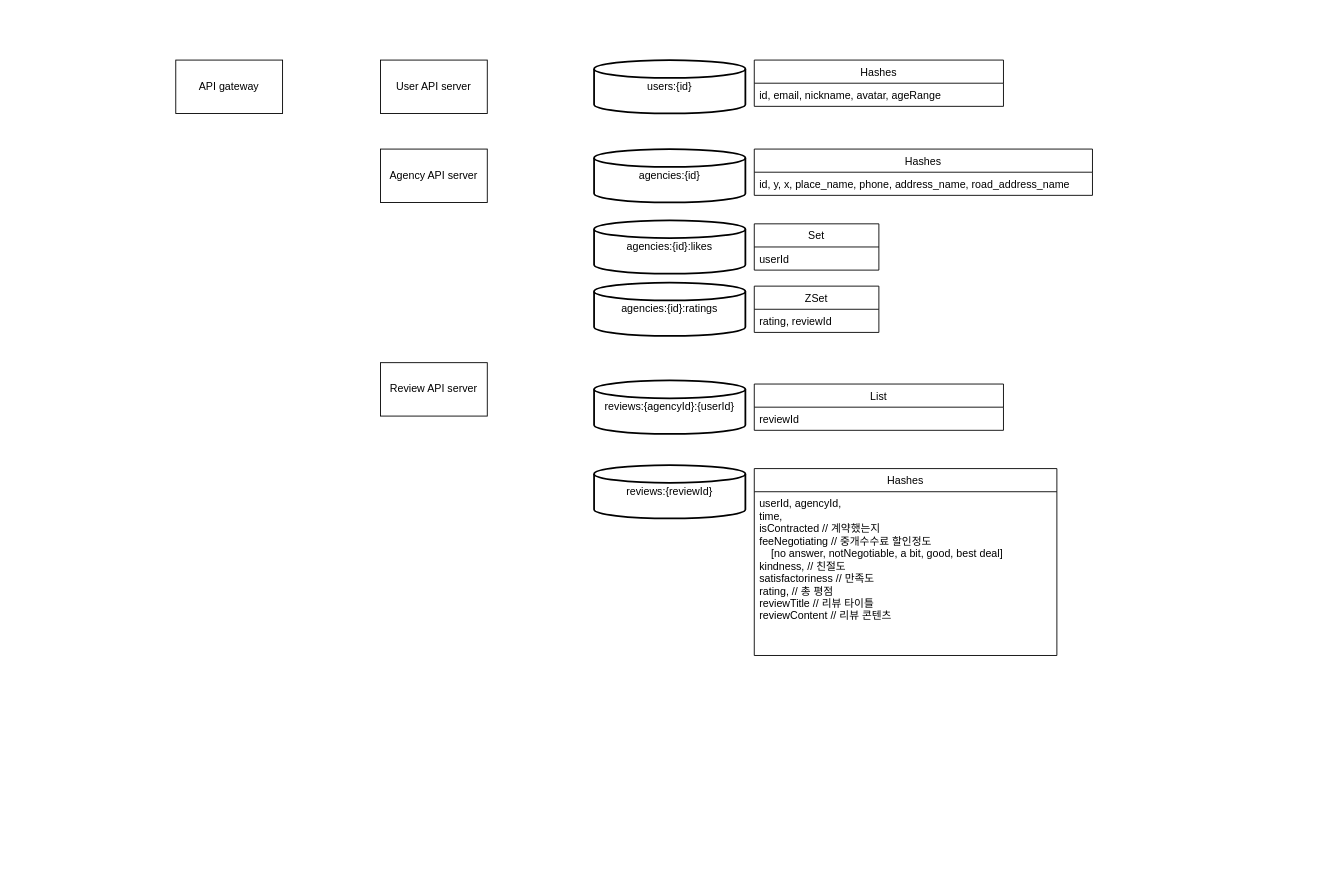
matgip/various keeps this draw.io diagram as DDD.drawio. Above is the earlier version. Source tidied: cells renumbered, new cells numbered last; positions are measured from the earlier drawing's top-left corner, leaving out a move shared by most shapes. Both pictures are drawn from the tidied source at 89%, with x=0, y=0 at pixel (175, 60).
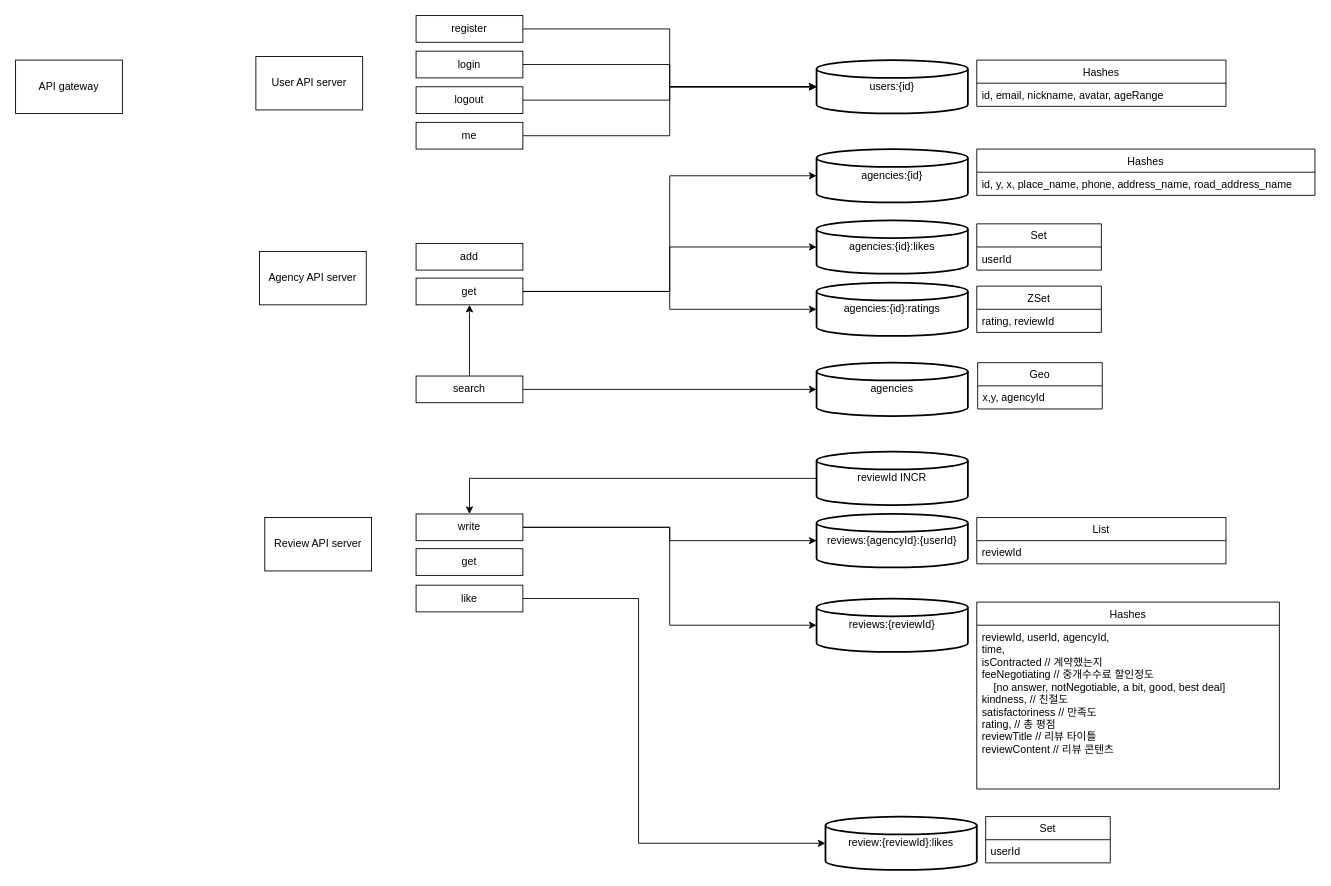
Above is the later version.

Diff of the diagram source:
```diff
@@
     <mxCell id="2" value="API gateway" style="rounded=0;whiteSpace=wrap;html=1;" parent="1" vertex="1">
-      <mxGeometry width="120" height="60" as="geometry" />
+      <mxGeometry x="-180" width="120" height="60" as="geometry" />
     </mxCell>
     <mxCell id="3" value="User API server" style="rounded=0;whiteSpace=wrap;html=1;" parent="1" vertex="1">
-      <mxGeometry x="230" width="120" height="60" as="geometry" />
+      <mxGeometry x="90" y="-4" width="120" height="60" as="geometry" />
     </mxCell>
     <mxCell id="4" value="users:{id}" style="strokeWidth=2;html=1;shape=mxgraph.flowchart.database;whiteSpace=wrap;" parent="1" vertex="1">
-      <mxGeometry x="470" width="170" height="60" as="geometry" />
+      <mxGeometry x="720" width="170" height="60" as="geometry" />
     </mxCell>
     <mxCell id="5" value="Agency API server" style="rounded=0;whiteSpace=wrap;html=1;" parent="1" vertex="1">
-      <mxGeometry x="230" y="100" width="120" height="60" as="geometry" />
+      <mxGeometry x="94" y="215" width="120" height="60" as="geometry" />
     </mxCell>
     <mxCell id="6" value="agencies:{id}" style="strokeWidth=2;html=1;shape=mxgraph.flowchart.database;whiteSpace=wrap;" parent="1" vertex="1">
-      <mxGeometry x="470" y="100" width="170" height="60" as="geometry" />
+      <mxGeometry x="720" y="100" width="170" height="60" as="geometry" />
     </mxCell>
     <mxCell id="7" value="Hashes" style="swimlane;fontStyle=0;horizontal=1;startSize=26;fillColor=none;" parent="1" vertex="1">
-      <mxGeometry x="650" width="280" height="52" as="geometry" />
+      <mxGeometry x="900" width="280" height="52" as="geometry" />
     </mxCell>
@@
     <mxCell id="9" value="Hashes" style="swimlane;fontStyle=0;horizontal=1;startSize=26;fillColor=none;" parent="1" vertex="1">
-      <mxGeometry x="650" y="100" width="380" height="52" as="geometry" />
+      <mxGeometry x="900" y="100" width="380" height="52" as="geometry" />
     </mxCell>
@@
     <mxCell id="11" value="Review API server" style="rounded=0;whiteSpace=wrap;html=1;" parent="1" vertex="1">
-      <mxGeometry x="230" y="340" width="120" height="60" as="geometry" />
+      <mxGeometry x="100" y="514" width="120" height="60" as="geometry" />
     </mxCell>
     <mxCell id="12" value="agencies:{id}:likes" style="strokeWidth=2;html=1;shape=mxgraph.flowchart.database;whiteSpace=wrap;" parent="1" vertex="1">
-      <mxGeometry x="470" y="180" width="170" height="60" as="geometry" />
+      <mxGeometry x="720" y="180" width="170" height="60" as="geometry" />
     </mxCell>
     <mxCell id="13" value="Set" style="swimlane;fontStyle=0;horizontal=1;startSize=26;fillColor=none;" parent="1" vertex="1">
-      <mxGeometry x="650" y="184" width="140" height="52" as="geometry" />
+      <mxGeometry x="900" y="184" width="140" height="52" as="geometry" />
     </mxCell>
@@
     <mxCell id="15" value="agencies:{id}:ratings" style="strokeWidth=2;html=1;shape=mxgraph.flowchart.database;whiteSpace=wrap;" parent="1" vertex="1">
-      <mxGeometry x="470" y="250" width="170" height="60" as="geometry" />
+      <mxGeometry x="720" y="250" width="170" height="60" as="geometry" />
     </mxCell>
     <mxCell id="16" value="ZSet" style="swimlane;fontStyle=0;horizontal=1;startSize=26;fillColor=none;" parent="1" vertex="1">
-      <mxGeometry x="650" y="254" width="140" height="52" as="geometry" />
+      <mxGeometry x="900" y="254" width="140" height="52" as="geometry" />
     </mxCell>
@@
     <mxCell id="18" value="reviews:{agencyId}:{userId}" style="strokeWidth=2;html=1;shape=mxgraph.flowchart.database;whiteSpace=wrap;" parent="1" vertex="1">
-      <mxGeometry x="470" y="360" width="170" height="60" as="geometry" />
+      <mxGeometry x="720" y="510" width="170" height="60" as="geometry" />
     </mxCell>
     <mxCell id="19" value="List" style="swimlane;fontStyle=0;horizontal=1;startSize=26;fillColor=none;" parent="1" vertex="1">
-      <mxGeometry x="650" y="364" width="280" height="52" as="geometry" />
+      <mxGeometry x="900" y="514" width="280" height="52" as="geometry" />
     </mxCell>
@@
     <mxCell id="21" value="reviews:{reviewId}" style="strokeWidth=2;html=1;shape=mxgraph.flowchart.database;whiteSpace=wrap;" parent="1" vertex="1">
-      <mxGeometry x="470" y="455" width="170" height="60" as="geometry" />
+      <mxGeometry x="720" y="605" width="170" height="60" as="geometry" />
     </mxCell>
     <mxCell id="22" value="Hashes" style="swimlane;fontStyle=0;horizontal=1;startSize=26;fillColor=none;" parent="1" vertex="1">
-      <mxGeometry x="650" y="459" width="340" height="210" as="geometry" />
+      <mxGeometry x="900" y="609" width="340" height="210" as="geometry" />
     </mxCell>
-    <mxCell id="23" value="userId, agencyId,&#10;time,&#10;isContracted // 계약했는지&#10;feeNegotiating // 중개수수료 할인정도&#10;    [no answer, notNegotiable, a bit, good, best deal]&#10;kindness, // 친절도&#10;satisfactoriness // 만족도&#10;rating, // 총 평점&#10;reviewTitle // 리뷰 타이틀&#10;reviewContent // 리뷰 콘텐츠&#10;" style="text;strokeColor=none;fillColor=none;align=left;verticalAlign=top;spacingLeft=4;spacingRight=4;overflow=hidden;" parent="22" vertex="1">
+    <mxCell id="23" value="reviewId, userId, agencyId,&#10;time,&#10;isContracted // 계약했는지&#10;feeNegotiating // 중개수수료 할인정도&#10;    [no answer, notNegotiable, a bit, good, best deal]&#10;kindness, // 친절도&#10;satisfactoriness // 만족도&#10;rating, // 총 평점&#10;reviewTitle // 리뷰 타이틀&#10;reviewContent // 리뷰 콘텐츠&#10;" style="text;strokeColor=none;fillColor=none;align=left;verticalAlign=top;spacingLeft=4;spacingRight=4;overflow=hidden;" parent="22" vertex="1">
       <mxGeometry y="26" width="340" height="184" as="geometry" />
     </mxCell>
+    <mxCell id="24" style="edgeStyle=orthogonalEdgeStyle;rounded=0;jettySize=auto;html=1;entryX=0;entryY=0.5;entryDx=0;entryDy=0;entryPerimeter=0;" parent="1" edge="1" source="25" target="4">
+      <mxGeometry relative="1" as="geometry" />
+    </mxCell>
+    <mxCell id="25" value="register" style="rounded=0;whiteSpace=wrap;html=1;" parent="1" vertex="1">
+      <mxGeometry x="270" y="-50" width="120" height="30" as="geometry" />
+    </mxCell>
+    <mxCell id="26" style="edgeStyle=orthogonalEdgeStyle;rounded=0;jettySize=auto;html=1;entryX=0;entryY=0.5;entryDx=0;entryDy=0;entryPerimeter=0;" parent="1" edge="1" source="27" target="4">
+      <mxGeometry relative="1" as="geometry" />
+    </mxCell>
+    <mxCell id="27" value="login" style="rounded=0;whiteSpace=wrap;html=1;" parent="1" vertex="1">
+      <mxGeometry x="270" y="-10" width="120" height="30" as="geometry" />
+    </mxCell>
+    <mxCell id="28" style="edgeStyle=orthogonalEdgeStyle;rounded=0;jettySize=auto;html=1;entryX=0;entryY=0.5;entryDx=0;entryDy=0;entryPerimeter=0;" parent="1" edge="1" source="29" target="4">
+      <mxGeometry relative="1" as="geometry" />
+    </mxCell>
+    <mxCell id="29" value="logout" style="rounded=0;whiteSpace=wrap;html=1;" parent="1" vertex="1">
+      <mxGeometry x="270" y="30" width="120" height="30" as="geometry" />
+    </mxCell>
+    <mxCell id="30" style="edgeStyle=orthogonalEdgeStyle;rounded=0;jettySize=auto;html=1;entryX=0;entryY=0.5;entryDx=0;entryDy=0;entryPerimeter=0;" parent="1" edge="1" source="31" target="4">
+      <mxGeometry relative="1" as="geometry" />
+    </mxCell>
+    <mxCell id="31" value="me" style="rounded=0;whiteSpace=wrap;html=1;" parent="1" vertex="1">
+      <mxGeometry x="270" y="70" width="120" height="30" as="geometry" />
+    </mxCell>
+    <mxCell id="32" style="edgeStyle=orthogonalEdgeStyle;rounded=0;jettySize=auto;html=1;entryX=0;entryY=0.5;entryDx=0;entryDy=0;entryPerimeter=0;" parent="1" edge="1" source="34" target="44">
+      <mxGeometry relative="1" as="geometry" />
+    </mxCell>
+    <mxCell id="33" style="edgeStyle=orthogonalEdgeStyle;rounded=0;jettySize=auto;html=1;entryX=0.5;entryY=1;entryDx=0;entryDy=0;" parent="1" edge="1" source="34" target="39">
+      <mxGeometry relative="1" as="geometry" />
+    </mxCell>
+    <mxCell id="34" value="search" style="rounded=0;whiteSpace=wrap;html=1;" parent="1" vertex="1">
+      <mxGeometry x="270" y="355" width="120" height="30" as="geometry" />
+    </mxCell>
+    <mxCell id="35" value="add" style="rounded=0;whiteSpace=wrap;html=1;" parent="1" vertex="1">
+      <mxGeometry x="270" y="206" width="120" height="30" as="geometry" />
+    </mxCell>
+    <mxCell id="36" style="edgeStyle=orthogonalEdgeStyle;rounded=0;jettySize=auto;html=1;entryX=0;entryY=0.5;entryDx=0;entryDy=0;entryPerimeter=0;" parent="1" edge="1" source="39" target="6">
+      <mxGeometry relative="1" as="geometry" />
+    </mxCell>
+    <mxCell id="37" style="edgeStyle=orthogonalEdgeStyle;rounded=0;jettySize=auto;html=1;entryX=0;entryY=0.5;entryDx=0;entryDy=0;entryPerimeter=0;" parent="1" edge="1" source="39" target="12">
+      <mxGeometry relative="1" as="geometry" />
+    </mxCell>
+    <mxCell id="38" style="edgeStyle=orthogonalEdgeStyle;rounded=0;jettySize=auto;html=1;entryX=0;entryY=0.5;entryDx=0;entryDy=0;entryPerimeter=0;" parent="1" edge="1" source="39" target="15">
+      <mxGeometry relative="1" as="geometry" />
+    </mxCell>
+    <mxCell id="39" value="get" style="rounded=0;whiteSpace=wrap;html=1;" parent="1" vertex="1">
+      <mxGeometry x="270" y="245" width="120" height="30" as="geometry" />
+    </mxCell>
+    <mxCell id="40" style="edgeStyle=orthogonalEdgeStyle;rounded=0;jettySize=auto;html=1;entryX=0;entryY=0.5;entryDx=0;entryDy=0;entryPerimeter=0;" parent="1" edge="1" source="42" target="21">
+      <mxGeometry relative="1" as="geometry" />
+    </mxCell>
+    <mxCell id="41" style="edgeStyle=orthogonalEdgeStyle;rounded=0;jettySize=auto;html=1;entryX=0;entryY=0.5;entryDx=0;entryDy=0;entryPerimeter=0;" parent="1" edge="1" source="42" target="18">
+      <mxGeometry relative="1" as="geometry" />
+    </mxCell>
+    <mxCell id="42" value="write" style="rounded=0;whiteSpace=wrap;html=1;" parent="1" vertex="1">
+      <mxGeometry x="270" y="510" width="120" height="30" as="geometry" />
+    </mxCell>
+    <mxCell id="43" value="get" style="rounded=0;whiteSpace=wrap;html=1;" parent="1" vertex="1">
+      <mxGeometry x="270" y="549" width="120" height="30" as="geometry" />
+    </mxCell>
+    <mxCell id="44" value="agencies" style="strokeWidth=2;html=1;shape=mxgraph.flowchart.database;whiteSpace=wrap;" parent="1" vertex="1">
+      <mxGeometry x="720" y="340" width="170" height="60" as="geometry" />
+    </mxCell>
+    <mxCell id="45" value="Geo" style="swimlane;fontStyle=0;horizontal=1;startSize=26;fillColor=none;" parent="1" vertex="1">
+      <mxGeometry x="901" y="340" width="140" height="52" as="geometry" />
+    </mxCell>
+    <mxCell id="46" value="x,y, agencyId" style="text;strokeColor=none;fillColor=none;align=left;verticalAlign=top;spacingLeft=4;spacingRight=4;overflow=hidden;" parent="45" vertex="1">
+      <mxGeometry y="26" width="140" height="26" as="geometry" />
+    </mxCell>
+    <mxCell id="47" style="edgeStyle=orthogonalEdgeStyle;rounded=0;jettySize=auto;html=1;entryX=0.5;entryY=0;entryDx=0;entryDy=0;" parent="1" edge="1" source="48" target="42">
+      <mxGeometry relative="1" as="geometry" />
+    </mxCell>
+    <mxCell id="48" value="reviewId INCR" style="strokeWidth=2;html=1;shape=mxgraph.flowchart.database;whiteSpace=wrap;" parent="1" vertex="1">
+      <mxGeometry x="720" y="440" width="170" height="60" as="geometry" />
+    </mxCell>
+    <mxCell id="49" value="review:{reviewId}:likes" style="strokeWidth=2;html=1;shape=mxgraph.flowchart.database;whiteSpace=wrap;" parent="1" vertex="1">
+      <mxGeometry x="730" y="850" width="170" height="60" as="geometry" />
+    </mxCell>
+    <mxCell id="50" value="Set" style="swimlane;fontStyle=0;horizontal=1;startSize=26;fillColor=none;" parent="1" vertex="1">
+      <mxGeometry x="910" y="850" width="140" height="52" as="geometry" />
+    </mxCell>
+    <mxCell id="51" value="userId" style="text;strokeColor=none;fillColor=none;align=left;verticalAlign=top;spacingLeft=4;spacingRight=4;overflow=hidden;" parent="50" vertex="1">
+      <mxGeometry y="26" width="140" height="26" as="geometry" />
+    </mxCell>
+    <mxCell id="52" style="edgeStyle=orthogonalEdgeStyle;rounded=0;jettySize=auto;html=1;entryX=0;entryY=0.5;entryDx=0;entryDy=0;entryPerimeter=0;" parent="1" edge="1" source="53" target="49">
+      <mxGeometry relative="1" as="geometry">
+        <Array as="points">
+          <mxPoint x="520" y="605" />
+          <mxPoint x="520" y="880" />
+        </Array>
+      </mxGeometry>
+    </mxCell>
+    <mxCell id="53" value="like" style="rounded=0;whiteSpace=wrap;html=1;" parent="1" vertex="1">
+      <mxGeometry x="270" y="590" width="120" height="30" as="geometry" />
+    </mxCell>
```
